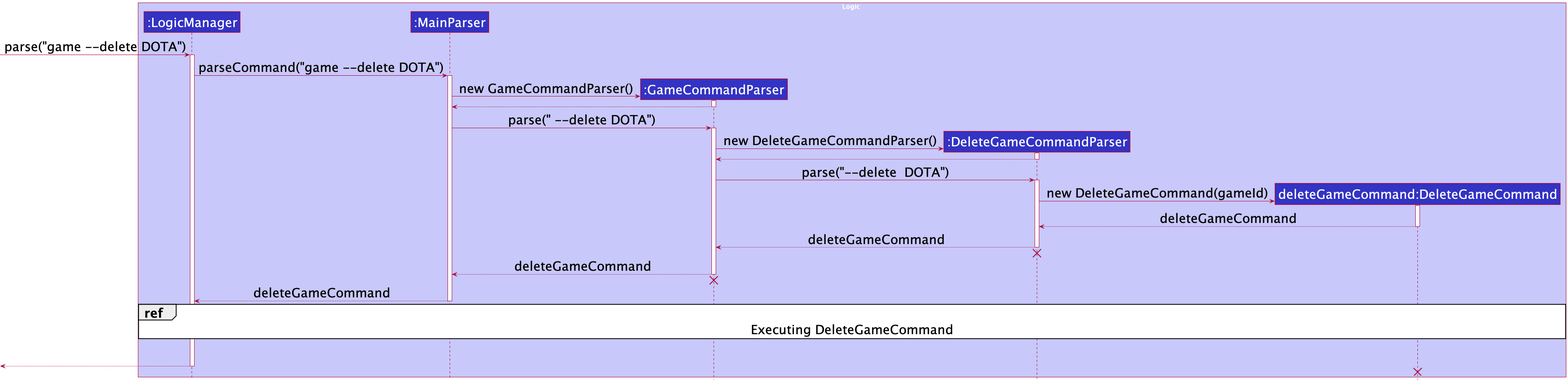
Before: docs/images/DeleteGameSequenceDiagram.png, a diagram exported from PlantUML (nus-cs2103-AY2122S1/tp).
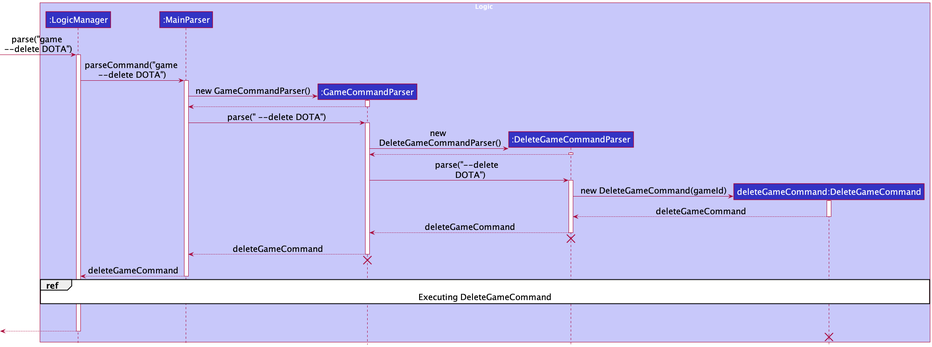
Later version of the same file.

The edit, as a diff of the source:
```diff
@@ -1,6 +1,6 @@
 @startuml
 !include style.puml
-skinparam defaultFontSize 30
+skinparam defaultFontSize 20
 
 box Logic LOGIC_COLOR_T1
 participant ":LogicManager" as LogicManager LOGIC_COLOR
@@ -11,10 +11,10 @@
 end box
 
 
-[-> LogicManager : parse("game --delete DOTA")
+[-> LogicManager : parse("game \n--delete DOTA")
 activate LogicManager
 
-LogicManager -> MainParser : parseCommand("game --delete DOTA")
+LogicManager -> MainParser : parseCommand("game \n--delete DOTA")
 activate MainParser
 
 create GameCommandParser
@@ -28,12 +28,12 @@
 activate GameCommandParser
 
 create DeleteGameCommandParser
-GameCommandParser -> DeleteGameCommandParser : new DeleteGameCommandParser()
+GameCommandParser -> DeleteGameCommandParser : new \n DeleteGameCommandParser()
 activate DeleteGameCommandParser
 DeleteGameCommandParser --> GameCommandParser
 deactivate DeleteGameCommandParser
 
-GameCommandParser -> DeleteGameCommandParser : parse("--delete  DOTA")
+GameCommandParser -> DeleteGameCommandParser : parse("--delete  \n DOTA")
 activate DeleteGameCommandParser
 
 create DeleteGameCommand
```
